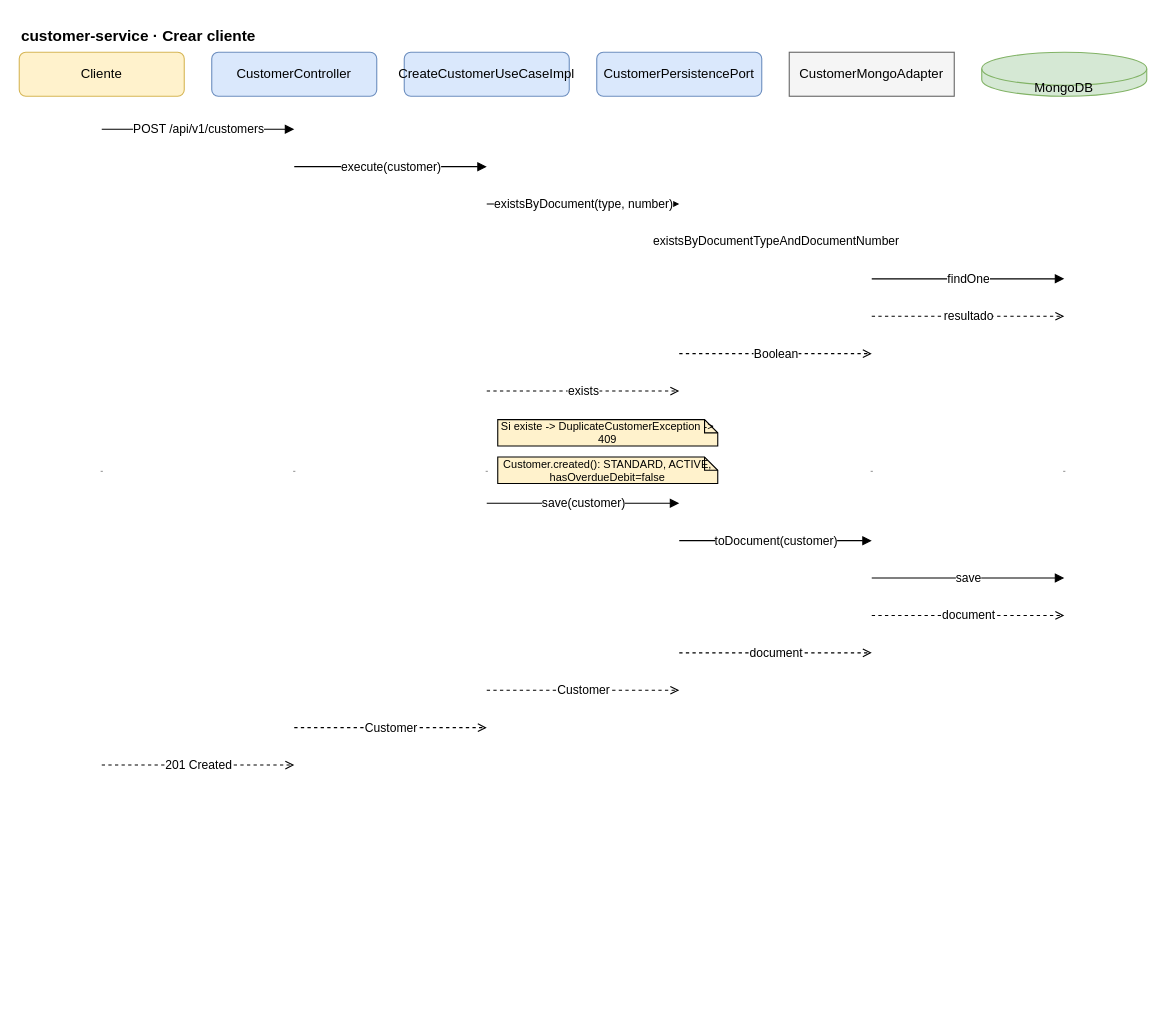
Above: docs/diagrams/drawio/01-customer-crear.drawio in Zairex-Code/financial-core (draw.io), before the change. Source tidied: cells renumbered, new cells numbered last; positions are measured from the earlier drawing's top-left corner, leaving out a move shared by most shapes. Both pictures are drawn from the tidied source at 110%, with x=0, y=0 at pixel (19, 19).
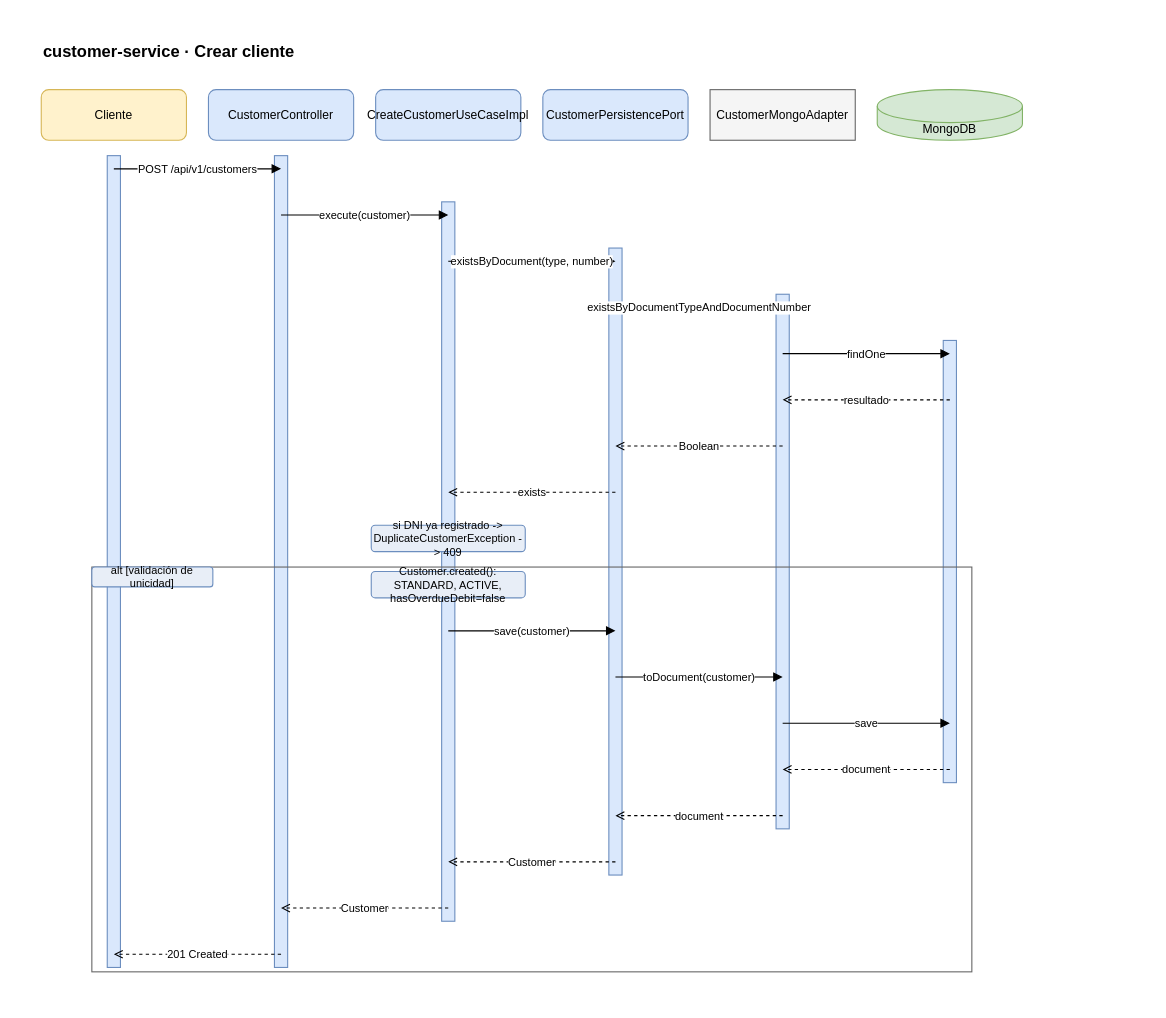
The same diagram, later.

Change to the diagram source:
```diff
@@
+    <mxCell id="8" value="customer-service · Crear cliente" style="text;html=1;align=left;fontSize=15;fontStyle=1;" parent="1" vertex="1">
+      <mxGeometry x="20" y="14" width="900" height="24" as="geometry" />
+    </mxCell>
-    <mxCell id="2" value="Cliente" style="rounded=1;whiteSpace=wrap;html=1;fillColor=#fff2cc;strokeColor=#d6b656;fontSize=12;" parent="1" vertex="1">
-      <mxGeometry y="30" width="150" height="40" as="geometry" />
+    <mxCell id="2" value="Cliente" style="rounded=1;whiteSpace=wrap;html=1;fillColor=#fff2cc;strokeColor=#d6b656;fontSize=11;" parent="1" vertex="1">
+      <mxGeometry x="20" y="64" width="132" height="46" as="geometry" />
     </mxCell>
-    <mxCell id="3" value="CustomerController" style="rounded=1;whiteSpace=wrap;html=1;fillColor=#dae8fc;strokeColor=#6c8ebf;fontSize=12;" parent="1" vertex="1">
-      <mxGeometry x="175" y="30" width="150" height="40" as="geometry" />
+    <mxCell id="3" value="CustomerController" style="rounded=1;whiteSpace=wrap;html=1;fillColor=#dae8fc;strokeColor=#6c8ebf;fontSize=11;fontStyle=0;" parent="1" vertex="1">
+      <mxGeometry x="172" y="64" width="132" height="46" as="geometry" />
     </mxCell>
-    <mxCell id="4" value="CreateCustomerUseCaseImpl" style="rounded=1;whiteSpace=wrap;html=1;fillColor=#dae8fc;strokeColor=#6c8ebf;fontSize=12;" parent="1" vertex="1">
-      <mxGeometry x="350" y="30" width="150" height="40" as="geometry" />
+    <mxCell id="4" value="CreateCustomerUseCaseImpl" style="rounded=1;whiteSpace=wrap;html=1;fillColor=#dae8fc;strokeColor=#6c8ebf;fontSize=11;fontStyle=0;" parent="1" vertex="1">
+      <mxGeometry x="324" y="64" width="132" height="46" as="geometry" />
     </mxCell>
-    <mxCell id="5" value="CustomerPersistencePort" style="rounded=1;whiteSpace=wrap;html=1;fillColor=#dae8fc;strokeColor=#6c8ebf;fontSize=12;" parent="1" vertex="1">
-      <mxGeometry x="525" y="30" width="150" height="40" as="geometry" />
+    <mxCell id="5" value="CustomerPersistencePort" style="rounded=1;whiteSpace=wrap;html=1;fillColor=#dae8fc;strokeColor=#6c8ebf;fontSize=11;fontStyle=0;" parent="1" vertex="1">
+      <mxGeometry x="476" y="64" width="132" height="46" as="geometry" />
     </mxCell>
-    <mxCell id="6" value="CustomerMongoAdapter" style="whiteSpace=wrap;html=1;fillColor=#f5f5f5;strokeColor=#666666;fontSize=12;" parent="1" vertex="1">
-      <mxGeometry x="700" y="30" width="150" height="40" as="geometry" />
+    <mxCell id="6" value="CustomerMongoAdapter" style="whiteSpace=wrap;html=1;fillColor=#f5f5f5;strokeColor=#666666;fontSize=11;" parent="1" vertex="1">
+      <mxGeometry x="628" y="64" width="132" height="46" as="geometry" />
     </mxCell>
-    <mxCell id="7" value="MongoDB" style="shape=cylinder3;whiteSpace=wrap;html=1;fillColor=#d5e8d4;strokeColor=#82b366;boundedLbl=1;backgroundOutline=1;size=15;fontSize=12;" parent="1" vertex="1">
-      <mxGeometry x="875" y="30" width="150" height="40" as="geometry" />
+    <mxCell id="7" value="MongoDB" style="shape=cylinder3;whiteSpace=wrap;html=1;fillColor=#d5e8d4;strokeColor=#82b366;boundedLbl=1;backgroundOutline=1;size=15;fontSize=11;" parent="1" vertex="1">
+      <mxGeometry x="780" y="64" width="132" height="46" as="geometry" />
     </mxCell>
-    <mxCell id="8" value="customer-service · Crear cliente" style="text;html=1;align=left;fontSize=14;fontStyle=1;" parent="1" vertex="1">
-      <mxGeometry width="400" height="20" as="geometry" />
-    </mxCell>
     <mxCell id="9" style="shape=line;strokeColor=#999999;dashed=1;html=1;" parent="1" vertex="1">
-      <mxGeometry x="74" y="70" width="2" height="682" as="geometry" />
+      <mxGeometry x="85" y="110" width="2" height="780" as="geometry" />
     </mxCell>
     <mxCell id="10" style="shape=line;strokeColor=#999999;dashed=1;html=1;" parent="1" vertex="1">
-      <mxGeometry x="249" y="70" width="2" height="682" as="geometry" />
+      <mxGeometry x="237" y="110" width="2" height="780" as="geometry" />
     </mxCell>
     <mxCell id="11" style="shape=line;strokeColor=#999999;dashed=1;html=1;" parent="1" vertex="1">
-      <mxGeometry x="424" y="70" width="2" height="682" as="geometry" />
+      <mxGeometry x="389" y="110" width="2" height="780" as="geometry" />
     </mxCell>
     <mxCell id="12" style="shape=line;strokeColor=#999999;dashed=1;html=1;" parent="1" vertex="1">
-      <mxGeometry x="599" y="70" width="2" height="682" as="geometry" />
+      <mxGeometry x="541" y="110" width="2" height="780" as="geometry" />
     </mxCell>
     <mxCell id="13" style="shape=line;strokeColor=#999999;dashed=1;html=1;" parent="1" vertex="1">
-      <mxGeometry x="774" y="70" width="2" height="682" as="geometry" />
+      <mxGeometry x="693" y="110" width="2" height="780" as="geometry" />
     </mxCell>
     <mxCell id="14" style="shape=line;strokeColor=#999999;dashed=1;html=1;" parent="1" vertex="1">
-      <mxGeometry x="949" y="70" width="2" height="682" as="geometry" />
+      <mxGeometry x="845" y="110" width="2" height="780" as="geometry" />
     </mxCell>
-    <mxCell id="15" value="Si existe -&gt; DuplicateCustomerException -&gt; 409" style="shape=note;whiteSpace=wrap;html=1;backgroundOutline=1;size=12;fillColor=#fff2cc;fontSize=10;" parent="1" vertex="1">
-      <mxGeometry x="435" y="364" width="200" height="24" as="geometry" />
-    </mxCell>
-    <mxCell id="16" value="Customer.created(): STANDARD, ACTIVE, hasOverdueDebit=false" style="shape=note;whiteSpace=wrap;html=1;backgroundOutline=1;size=12;fillColor=#fff2cc;fontSize=10;" parent="1" vertex="1">
-      <mxGeometry x="435" y="398" width="200" height="24" as="geometry" />
-    </mxCell>
+    <mxCell id="33" style="rounded=0;html=1;fillColor=#dae8fc;strokeColor=#6c8ebf;" parent="1" vertex="1">
+      <mxGeometry x="80" y="124" width="12" height="738" as="geometry" />
+    </mxCell>
+    <mxCell id="34" style="rounded=0;html=1;fillColor=#dae8fc;strokeColor=#6c8ebf;" parent="1" vertex="1">
+      <mxGeometry x="232" y="124" width="12" height="738" as="geometry" />
+    </mxCell>
+    <mxCell id="35" style="rounded=0;html=1;fillColor=#dae8fc;strokeColor=#6c8ebf;" parent="1" vertex="1">
+      <mxGeometry x="384" y="166" width="12" height="654" as="geometry" />
+    </mxCell>
+    <mxCell id="36" style="rounded=0;html=1;fillColor=#dae8fc;strokeColor=#6c8ebf;" parent="1" vertex="1">
+      <mxGeometry x="536" y="208" width="12" height="570" as="geometry" />
+    </mxCell>
+    <mxCell id="37" style="rounded=0;html=1;fillColor=#dae8fc;strokeColor=#6c8ebf;" parent="1" vertex="1">
+      <mxGeometry x="688" y="250" width="12" height="486" as="geometry" />
+    </mxCell>
+    <mxCell id="38" style="rounded=0;html=1;fillColor=#dae8fc;strokeColor=#6c8ebf;" parent="1" vertex="1">
+      <mxGeometry x="840" y="292" width="12" height="402" as="geometry" />
+    </mxCell>
+    <mxCell id="39" style="rounded=0;whiteSpace=wrap;html=1;fillColor=none;strokeColor=#666666;fontSize=10;verticalAlign=top;" parent="1" vertex="1">
+      <mxGeometry x="66" y="498" width="800" height="368" as="geometry" />
+    </mxCell>
+    <mxCell id="40" value="alt [validación de unicidad]" style="rounded=1;whiteSpace=wrap;html=1;fillColor=#e8eef7;strokeColor=#6c8ebf;fontSize=10;" parent="1" vertex="1">
+      <mxGeometry x="66" y="498" width="110" height="18" as="geometry" />
+    </mxCell>
-    <mxCell id="17" value="POST /api/v1/customers" style="edgeStyle=orthogonalEdgeStyle;rounded=0;html=1;endArrow=block;fontSize=11;" parent="1" edge="1">
+    <mxCell id="17" value="POST /api/v1/customers" style="edgeStyle=orthogonalEdgeStyle;rounded=0;html=1;endArrow=block;fontSize=10;labelBackgroundColor=#ffffff;" parent="1" edge="1">
       <mxGeometry relative="1" as="geometry">
-        <mxPoint x="75" y="100" as="sourcePoint" />
-        <mxPoint x="250" y="100" as="targetPoint" />
+        <mxPoint x="86" y="136" as="sourcePoint" />
+        <mxPoint x="238" y="136" as="targetPoint" />
       </mxGeometry>
     </mxCell>
-    <mxCell id="18" value="execute(customer)" style="edgeStyle=orthogonalEdgeStyle;rounded=0;html=1;endArrow=block;fontSize=11;" parent="1" edge="1">
+    <mxCell id="18" value="execute(customer)" style="edgeStyle=orthogonalEdgeStyle;rounded=0;html=1;endArrow=block;fontSize=10;labelBackgroundColor=#ffffff;" parent="1" edge="1">
       <mxGeometry relative="1" as="geometry">
-        <mxPoint x="250" y="134" as="sourcePoint" />
-        <mxPoint x="425" y="134" as="targetPoint" />
+        <mxPoint x="238" y="178" as="sourcePoint" />
+        <mxPoint x="390" y="178" as="targetPoint" />
       </mxGeometry>
     </mxCell>
-    <mxCell id="19" value="existsByDocument(type, number)" style="edgeStyle=orthogonalEdgeStyle;rounded=0;html=1;endArrow=block;fontSize=11;" parent="1" edge="1">
+    <mxCell id="19" value="existsByDocument(type, number)" style="edgeStyle=orthogonalEdgeStyle;rounded=0;html=1;endArrow=block;fontSize=10;labelBackgroundColor=#ffffff;" parent="1" edge="1">
       <mxGeometry relative="1" as="geometry">
-        <mxPoint x="425" y="168" as="sourcePoint" />
-        <mxPoint x="600" y="168" as="targetPoint" />
+        <mxPoint x="390" y="220" as="sourcePoint" />
+        <mxPoint x="542" y="220" as="targetPoint" />
       </mxGeometry>
     </mxCell>
-    <mxCell id="20" value="existsByDocumentTypeAndDocumentNumber" style="edgeStyle=orthogonalEdgeStyle;rounded=0;html=1;endArrow=block;fontSize=11;" parent="1" edge="1">
+    <mxCell id="20" value="existsByDocumentTypeAndDocumentNumber" style="edgeStyle=orthogonalEdgeStyle;rounded=0;html=1;endArrow=block;fontSize=10;labelBackgroundColor=#ffffff;" parent="1" edge="1">
       <mxGeometry relative="1" as="geometry">
-        <mxPoint x="600" y="202" as="sourcePoint" />
-        <mxPoint x="775" y="202" as="targetPoint" />
+        <mxPoint x="542" y="262" as="sourcePoint" />
+        <mxPoint x="694" y="262" as="targetPoint" />
       </mxGeometry>
     </mxCell>
-    <mxCell id="21" value="findOne" style="edgeStyle=orthogonalEdgeStyle;rounded=0;html=1;endArrow=block;fontSize=11;" parent="1" edge="1">
+    <mxCell id="21" value="findOne" style="edgeStyle=orthogonalEdgeStyle;rounded=0;html=1;endArrow=block;fontSize=10;labelBackgroundColor=#ffffff;" parent="1" edge="1">
       <mxGeometry relative="1" as="geometry">
-        <mxPoint x="775" y="236" as="sourcePoint" />
-        <mxPoint x="950" y="236" as="targetPoint" />
+        <mxPoint x="694" y="304" as="sourcePoint" />
+        <mxPoint x="846" y="304" as="targetPoint" />
       </mxGeometry>
     </mxCell>
-    <mxCell id="22" value="resultado" style="edgeStyle=orthogonalEdgeStyle;rounded=0;html=1;dashed=1;endArrow=open;fontSize=11;" parent="1" edge="1">
+    <mxCell id="22" value="resultado" style="edgeStyle=orthogonalEdgeStyle;rounded=0;html=1;dashed=1;endArrow=open;fontSize=10;labelBackgroundColor=#ffffff;" parent="1" edge="1">
       <mxGeometry relative="1" as="geometry">
-        <mxPoint x="775" y="270" as="sourcePoint" />
-        <mxPoint x="950" y="270" as="targetPoint" />
+        <mxPoint x="846" y="346" as="sourcePoint" />
+        <mxPoint x="694" y="346" as="targetPoint" />
       </mxGeometry>
     </mxCell>
-    <mxCell id="23" value="Boolean" style="edgeStyle=orthogonalEdgeStyle;rounded=0;html=1;dashed=1;endArrow=open;fontSize=11;" parent="1" edge="1">
+    <mxCell id="23" value="Boolean" style="edgeStyle=orthogonalEdgeStyle;rounded=0;html=1;dashed=1;endArrow=open;fontSize=10;labelBackgroundColor=#ffffff;" parent="1" edge="1">
       <mxGeometry relative="1" as="geometry">
-        <mxPoint x="600" y="304" as="sourcePoint" />
-        <mxPoint x="775" y="304" as="targetPoint" />
+        <mxPoint x="694" y="388" as="sourcePoint" />
+        <mxPoint x="542" y="388" as="targetPoint" />
       </mxGeometry>
     </mxCell>
-    <mxCell id="24" value="exists" style="edgeStyle=orthogonalEdgeStyle;rounded=0;html=1;dashed=1;endArrow=open;fontSize=11;" parent="1" edge="1">
+    <mxCell id="24" value="exists" style="edgeStyle=orthogonalEdgeStyle;rounded=0;html=1;dashed=1;endArrow=open;fontSize=10;labelBackgroundColor=#ffffff;" parent="1" edge="1">
       <mxGeometry relative="1" as="geometry">
-        <mxPoint x="425" y="338" as="sourcePoint" />
-        <mxPoint x="600" y="338" as="targetPoint" />
+        <mxPoint x="542" y="430" as="sourcePoint" />
+        <mxPoint x="390" y="430" as="targetPoint" />
       </mxGeometry>
     </mxCell>
+    <mxCell id="41" value="si DNI ya registrado -&gt; DuplicateCustomerException -&gt; 409" style="rounded=1;whiteSpace=wrap;html=1;fillColor=#e8eef7;strokeColor=#6c8ebf;fontSize=10;" parent="1" vertex="1">
+      <mxGeometry x="320" y="460" width="140" height="24" as="geometry" />
+    </mxCell>
+    <mxCell id="16" value="Customer.created(): STANDARD, ACTIVE, hasOverdueDebit=false" style="rounded=1;whiteSpace=wrap;html=1;fillColor=#e8eef7;strokeColor=#6c8ebf;fontSize=10;" parent="1" vertex="1">
+      <mxGeometry x="320" y="502" width="140" height="24" as="geometry" />
+    </mxCell>
-    <mxCell id="25" value="save(customer)" style="edgeStyle=orthogonalEdgeStyle;rounded=0;html=1;endArrow=block;fontSize=11;" parent="1" edge="1">
+    <mxCell id="25" value="save(customer)" style="edgeStyle=orthogonalEdgeStyle;rounded=0;html=1;endArrow=block;fontSize=10;labelBackgroundColor=#ffffff;" parent="1" edge="1">
       <mxGeometry relative="1" as="geometry">
-        <mxPoint x="425" y="440" as="sourcePoint" />
-        <mxPoint x="600" y="440" as="targetPoint" />
+        <mxPoint x="390" y="556" as="sourcePoint" />
+        <mxPoint x="542" y="556" as="targetPoint" />
       </mxGeometry>
     </mxCell>
-    <mxCell id="26" value="toDocument(customer)" style="edgeStyle=orthogonalEdgeStyle;rounded=0;html=1;endArrow=block;fontSize=11;" parent="1" edge="1">
+    <mxCell id="26" value="toDocument(customer)" style="edgeStyle=orthogonalEdgeStyle;rounded=0;html=1;endArrow=block;fontSize=10;labelBackgroundColor=#ffffff;" parent="1" edge="1">
       <mxGeometry relative="1" as="geometry">
-        <mxPoint x="600" y="474" as="sourcePoint" />
-        <mxPoint x="775" y="474" as="targetPoint" />
+        <mxPoint x="542" y="598" as="sourcePoint" />
+        <mxPoint x="694" y="598" as="targetPoint" />
       </mxGeometry>
     </mxCell>
-    <mxCell id="27" value="save" style="edgeStyle=orthogonalEdgeStyle;rounded=0;html=1;endArrow=block;fontSize=11;" parent="1" edge="1">
+    <mxCell id="27" value="save" style="edgeStyle=orthogonalEdgeStyle;rounded=0;html=1;endArrow=block;fontSize=10;labelBackgroundColor=#ffffff;" parent="1" edge="1">
       <mxGeometry relative="1" as="geometry">
-        <mxPoint x="775" y="508" as="sourcePoint" />
-        <mxPoint x="950" y="508" as="targetPoint" />
+        <mxPoint x="694" y="640" as="sourcePoint" />
+        <mxPoint x="846" y="640" as="targetPoint" />
       </mxGeometry>
     </mxCell>
-    <mxCell id="28" value="document" style="edgeStyle=orthogonalEdgeStyle;rounded=0;html=1;dashed=1;endArrow=open;fontSize=11;" parent="1" edge="1">
+    <mxCell id="28" value="document" style="edgeStyle=orthogonalEdgeStyle;rounded=0;html=1;dashed=1;endArrow=open;fontSize=10;labelBackgroundColor=#ffffff;" parent="1" edge="1">
       <mxGeometry relative="1" as="geometry">
-        <mxPoint x="775" y="542" as="sourcePoint" />
-        <mxPoint x="950" y="542" as="targetPoint" />
+        <mxPoint x="846" y="682" as="sourcePoint" />
+        <mxPoint x="694" y="682" as="targetPoint" />
       </mxGeometry>
     </mxCell>
-    <mxCell id="29" value="document" style="edgeStyle=orthogonalEdgeStyle;rounded=0;html=1;dashed=1;endArrow=open;fontSize=11;" parent="1" edge="1">
+    <mxCell id="29" value="document" style="edgeStyle=orthogonalEdgeStyle;rounded=0;html=1;dashed=1;endArrow=open;fontSize=10;labelBackgroundColor=#ffffff;" parent="1" edge="1">
       <mxGeometry relative="1" as="geometry">
-        <mxPoint x="600" y="576" as="sourcePoint" />
-        <mxPoint x="775" y="576" as="targetPoint" />
+        <mxPoint x="694" y="724" as="sourcePoint" />
+        <mxPoint x="542" y="724" as="targetPoint" />
       </mxGeometry>
     </mxCell>
-    <mxCell id="30" value="Customer" style="edgeStyle=orthogonalEdgeStyle;rounded=0;html=1;dashed=1;endArrow=open;fontSize=11;" parent="1" edge="1">
+    <mxCell id="30" value="Customer" style="edgeStyle=orthogonalEdgeStyle;rounded=0;html=1;dashed=1;endArrow=open;fontSize=10;labelBackgroundColor=#ffffff;" parent="1" edge="1">
       <mxGeometry relative="1" as="geometry">
-        <mxPoint x="425" y="610" as="sourcePoint" />
-        <mxPoint x="600" y="610" as="targetPoint" />
+        <mxPoint x="542" y="766" as="sourcePoint" />
+        <mxPoint x="390" y="766" as="targetPoint" />
       </mxGeometry>
     </mxCell>
-    <mxCell id="31" value="Customer" style="edgeStyle=orthogonalEdgeStyle;rounded=0;html=1;dashed=1;endArrow=open;fontSize=11;" parent="1" edge="1">
+    <mxCell id="31" value="Customer" style="edgeStyle=orthogonalEdgeStyle;rounded=0;html=1;dashed=1;endArrow=open;fontSize=10;labelBackgroundColor=#ffffff;" parent="1" edge="1">
       <mxGeometry relative="1" as="geometry">
-        <mxPoint x="250" y="644" as="sourcePoint" />
-        <mxPoint x="425" y="644" as="targetPoint" />
+        <mxPoint x="390" y="808" as="sourcePoint" />
+        <mxPoint x="238" y="808" as="targetPoint" />
       </mxGeometry>
     </mxCell>
-    <mxCell id="32" value="201 Created" style="edgeStyle=orthogonalEdgeStyle;rounded=0;html=1;dashed=1;endArrow=open;fontSize=11;" parent="1" edge="1">
+    <mxCell id="32" value="201 Created" style="edgeStyle=orthogonalEdgeStyle;rounded=0;html=1;dashed=1;endArrow=open;fontSize=10;labelBackgroundColor=#ffffff;" parent="1" edge="1">
       <mxGeometry relative="1" as="geometry">
-        <mxPoint x="75" y="678" as="sourcePoint" />
-        <mxPoint x="250" y="678" as="targetPoint" />
+        <mxPoint x="238" y="850" as="sourcePoint" />
+        <mxPoint x="86" y="850" as="targetPoint" />
       </mxGeometry>
     </mxCell>
```
